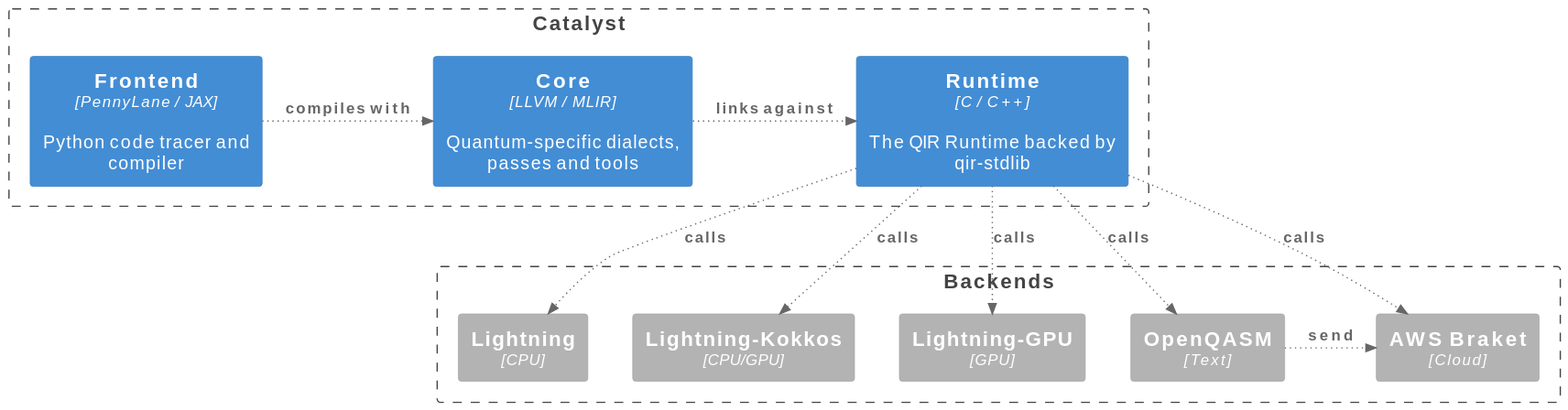
PennyLaneAI/catalyst keeps this PlantUML diagram as doc/_static/arch/overview.svg. Above is the earlier version. The source it was exported from:
```plantuml
@startuml
!include <C4/C4_Container.puml>

!include common.iuml

HIDE_STEREOTYPE()

Boundary(c1, "Catalyst", $link="https://github.com/plantuml-stdlib/C4-PlantUML") {

  Container(_tracer_, "Frontend", "PennyLane / JAX", "Python code tracer and compiler")

  Container(_qopt_, "Core", "LLVM / MLIR", "Quantum-specific dialects, passes and tools")

  Container(_catalyst_runtime_, "Runtime", "C / C++", "The QIR Runtime backed by qir-stdlib")
}

Boundary(c2, "Backends", $link="https://github.com/plantuml-stdlib/C4-PlantUML") {

  Container_Ext(_pl_lightning_, "Lightning", "CPU")

  Container_Ext(_pl_lightning_kokkos_, "Lightning-Kokkos", "CPU/GPU")

  Container_Ext(_pl_lightning_gpu, "Lightning-GPU", "GPU")

  Container_Ext(_openqasm, "OpenQASM", "Text")

  Container_Ext(_aws_braket, "AWS Braket", "Cloud")
}

Rel_R(_tracer_, _qopt_, "compiles with", "", $tags="action")

Rel_R(_qopt_, _catalyst_runtime_, "links against", "", $tags="action")

Rel(_catalyst_runtime_, _pl_lightning_, "calls", "", $tags="action")

_pl_lightning_ -[hidden]> _pl_lightning_kokkos_

Rel(_catalyst_runtime_, _pl_lightning_kokkos_, "calls", "", $tags="action")

_pl_lightning_kokkos_ -[hidden]> _pl_lightning_gpu

Rel(_catalyst_runtime_, _pl_lightning_gpu, "calls", "", $tags="action")

_pl_lightning_gpu -[hidden]> _openqasm

Rel(_catalyst_runtime_, _openqasm, "calls", "", $tags="action")

Rel(_catalyst_runtime_, _aws_braket, "calls", "", $tags="action")

Rel_R(_openqasm, _aws_braket, "send", "", $tags="action")
@enduml
```
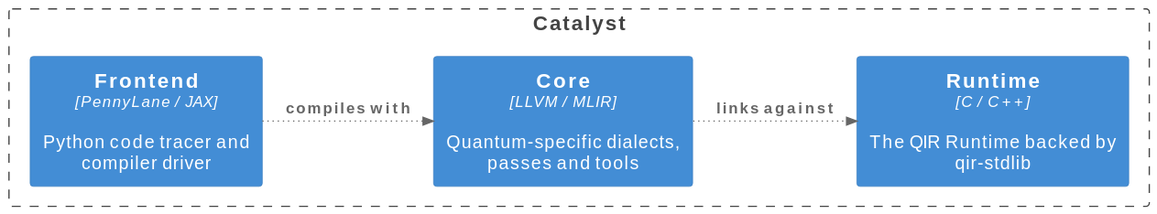
After the change.

Commit message:
Add runtime text & diagram

What changed in the source:
```diff
@@ -7,45 +7,14 @@
 
 Boundary(c1, "Catalyst", $link="https://github.com/plantuml-stdlib/C4-PlantUML") {
 
-  Container(_tracer_, "Frontend", "PennyLane / JAX", "Python code tracer and compiler")
+  Container(_tracer_, "Frontend", "PennyLane / JAX", "Python code tracer and compiler driver")
 
   Container(_qopt_, "Core", "LLVM / MLIR", "Quantum-specific dialects, passes and tools")
 
   Container(_catalyst_runtime_, "Runtime", "C / C++", "The QIR Runtime backed by qir-stdlib")
 }
 
-Boundary(c2, "Backends", $link="https://github.com/plantuml-stdlib/C4-PlantUML") {
-
-  Container_Ext(_pl_lightning_, "Lightning", "CPU")
-
-  Container_Ext(_pl_lightning_kokkos_, "Lightning-Kokkos", "CPU/GPU")
-
-  Container_Ext(_pl_lightning_gpu, "Lightning-GPU", "GPU")
-
-  Container_Ext(_openqasm, "OpenQASM", "Text")
-
-  Container_Ext(_aws_braket, "AWS Braket", "Cloud")
-}
-
 Rel_R(_tracer_, _qopt_, "compiles with", "", $tags="action")
 
 Rel_R(_qopt_, _catalyst_runtime_, "links against", "", $tags="action")
-
-Rel(_catalyst_runtime_, _pl_lightning_, "calls", "", $tags="action")
-
-_pl_lightning_ -[hidden]> _pl_lightning_kokkos_
-
-Rel(_catalyst_runtime_, _pl_lightning_kokkos_, "calls", "", $tags="action")
-
-_pl_lightning_kokkos_ -[hidden]> _pl_lightning_gpu
-
-Rel(_catalyst_runtime_, _pl_lightning_gpu, "calls", "", $tags="action")
-
-_pl_lightning_gpu -[hidden]> _openqasm
-
-Rel(_catalyst_runtime_, _openqasm, "calls", "", $tags="action")
-
-Rel(_catalyst_runtime_, _aws_braket, "calls", "", $tags="action")
-
-Rel_R(_openqasm, _aws_braket, "send", "", $tags="action")
 @enduml
```
